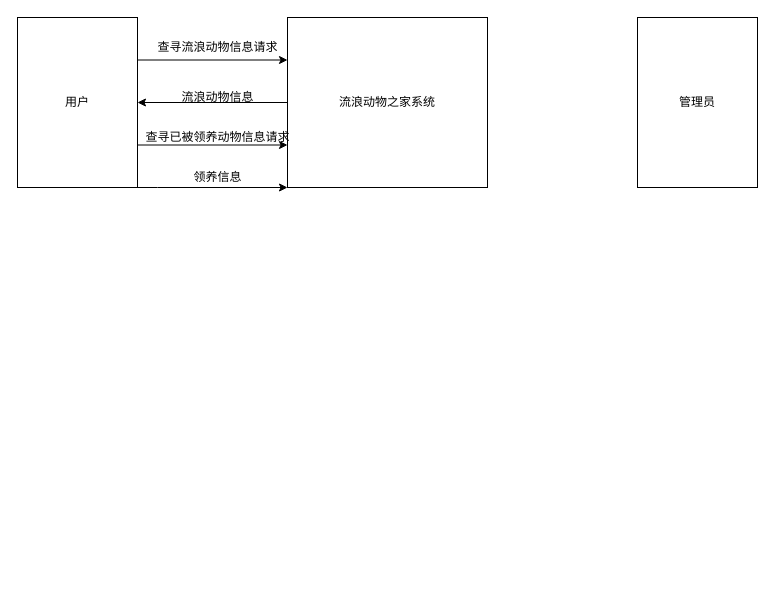
The draw.io diagram 流浪动物之家数据流程图.drawio in SmileYik/hello, before the edit. Source tidied: cells renumbered, new cells numbered last; positions are measured from the earlier drawing's top-left corner, leaving out a move shared by most shapes. Both pictures are drawn from the tidied source at 100%, with x=0, y=0 at pixel (17, 17).
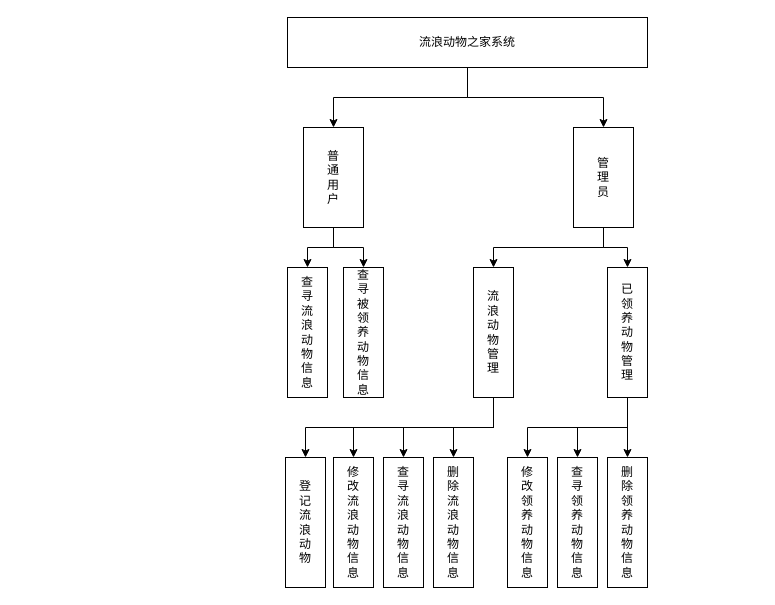
After the change.

Commit message:
更新流浪动物之家数据层次图.drawio

What changed in the source:
```diff
@@
-    <mxCell id="2" style="edgeStyle=orthogonalEdgeStyle;rounded=0;jettySize=auto;html=1;exitX=0;exitY=0.5;exitDx=0;exitDy=0;" parent="1" edge="1" source="3" target="8">
-      <mxGeometry relative="1" as="geometry" />
-    </mxCell>
+    <mxCell id="13" style="edgeStyle=orthogonalEdgeStyle;rounded=0;jettySize=auto;html=1;exitX=0.5;exitY=1;exitDx=0;exitDy=0;entryX=0.5;entryY=0;entryDx=0;entryDy=0;" parent="1" edge="1" source="3" target="17">
+      <mxGeometry relative="1" as="geometry" />
+    </mxCell>
+    <mxCell id="14" style="edgeStyle=orthogonalEdgeStyle;rounded=0;jettySize=auto;html=1;exitX=0.5;exitY=1;exitDx=0;exitDy=0;" parent="1" edge="1" source="3" target="20">
+      <mxGeometry relative="1" as="geometry" />
+    </mxCell>
     <mxCell id="3" value="流浪动物之家系统" style="rounded=0;whiteSpace=wrap;html=1;" parent="1" vertex="1">
-      <mxGeometry x="270" width="200" height="170" as="geometry" />
+      <mxGeometry x="270" width="360" height="50" as="geometry" />
     </mxCell>
-    <mxCell id="4" value="管理员" style="rounded=0;whiteSpace=wrap;html=1;" parent="1" vertex="1">
-      <mxGeometry x="620" width="120" height="170" as="geometry" />
-    </mxCell>
-    <mxCell id="5" style="edgeStyle=orthogonalEdgeStyle;rounded=0;jettySize=auto;html=1;exitX=1;exitY=0.25;exitDx=0;exitDy=0;entryX=0;entryY=0.25;entryDx=0;entryDy=0;" parent="1" edge="1" source="8" target="3">
-      <mxGeometry relative="1" as="geometry" />
-    </mxCell>
-    <mxCell id="6" style="edgeStyle=orthogonalEdgeStyle;rounded=0;jettySize=auto;html=1;exitX=1;exitY=0.75;exitDx=0;exitDy=0;entryX=0;entryY=0.75;entryDx=0;entryDy=0;" parent="1" edge="1" source="8" target="3">
-      <mxGeometry relative="1" as="geometry" />
-    </mxCell>
-    <mxCell id="7" style="edgeStyle=orthogonalEdgeStyle;rounded=0;jettySize=auto;html=1;exitX=1;exitY=1;exitDx=0;exitDy=0;entryX=0;entryY=1;entryDx=0;entryDy=0;" parent="1" edge="1" source="8" target="3">
-      <mxGeometry relative="1" as="geometry">
-        <Array as="points">
-          <mxPoint x="140" y="170" />
-          <mxPoint x="140" y="170" />
-        </Array>
-      </mxGeometry>
-    </mxCell>
-    <mxCell id="8" value="用户" style="rounded=0;whiteSpace=wrap;html=1;" parent="1" vertex="1">
-      <mxGeometry width="120" height="170" as="geometry" />
-    </mxCell>
-    <mxCell id="9" value="查寻流浪动物信息请求" style="text;html=1;align=center;verticalAlign=middle;strokeColor=none;fillColor=none;" parent="1" vertex="1">
-      <mxGeometry x="130" y="20" width="140" height="20" as="geometry" />
-    </mxCell>
-    <mxCell id="10" value="流浪动物信息" style="text;html=1;align=center;verticalAlign=middle;strokeColor=none;fillColor=none;" parent="1" vertex="1">
-      <mxGeometry x="155" y="70" width="90" height="20" as="geometry" />
-    </mxCell>
-    <mxCell id="11" value="查寻已被领养动物信息请求" style="text;html=1;align=center;verticalAlign=middle;strokeColor=none;fillColor=none;" parent="1" vertex="1">
-      <mxGeometry x="120" y="110" width="160" height="20" as="geometry" />
-    </mxCell>
-    <mxCell id="12" value="领养信息" style="text;html=1;align=center;verticalAlign=middle;strokeColor=none;fillColor=none;" parent="1" vertex="1">
-      <mxGeometry x="170" y="150" width="60" height="20" as="geometry" />
-    </mxCell>
+    <mxCell id="15" style="edgeStyle=orthogonalEdgeStyle;rounded=0;jettySize=auto;html=1;exitX=0.5;exitY=1;exitDx=0;exitDy=0;entryX=0.5;entryY=0;entryDx=0;entryDy=0;" parent="1" edge="1" source="17" target="21">
+      <mxGeometry relative="1" as="geometry" />
+    </mxCell>
+    <mxCell id="16" style="edgeStyle=orthogonalEdgeStyle;rounded=0;jettySize=auto;html=1;exitX=0.5;exitY=1;exitDx=0;exitDy=0;entryX=0.5;entryY=0;entryDx=0;entryDy=0;" parent="1" edge="1" source="17" target="22">
+      <mxGeometry relative="1" as="geometry" />
+    </mxCell>
+    <mxCell id="17" value="普&lt;br&gt;通&lt;br&gt;用&lt;br&gt;户" style="whiteSpace=wrap;html=1;" parent="1" vertex="1">
+      <mxGeometry x="286" y="110" width="60" height="100" as="geometry" />
+    </mxCell>
+    <mxCell id="18" style="edgeStyle=orthogonalEdgeStyle;rounded=0;jettySize=auto;html=1;exitX=0.5;exitY=1;exitDx=0;exitDy=0;" parent="1" edge="1" source="20" target="31">
+      <mxGeometry relative="1" as="geometry" />
+    </mxCell>
+    <mxCell id="19" style="edgeStyle=orthogonalEdgeStyle;rounded=0;jettySize=auto;html=1;exitX=0.5;exitY=1;exitDx=0;exitDy=0;entryX=0.5;entryY=0;entryDx=0;entryDy=0;" parent="1" edge="1" source="20" target="27">
+      <mxGeometry relative="1" as="geometry" />
+    </mxCell>
+    <mxCell id="20" value="管&lt;br&gt;理&lt;br&gt;员" style="whiteSpace=wrap;html=1;" parent="1" vertex="1">
+      <mxGeometry x="556" y="110" width="60" height="100" as="geometry" />
+    </mxCell>
+    <mxCell id="21" value="查&lt;br&gt;寻&lt;br&gt;流&lt;br&gt;浪&lt;br&gt;动&lt;br&gt;物&lt;br&gt;信&lt;br&gt;息" style="whiteSpace=wrap;html=1;" parent="1" vertex="1">
+      <mxGeometry x="270" y="250" width="40" height="130" as="geometry" />
+    </mxCell>
+    <mxCell id="22" value="查&lt;br&gt;寻&lt;br&gt;被&lt;br&gt;领&lt;br&gt;养&lt;br&gt;动&lt;br&gt;物&lt;br&gt;信&lt;br&gt;息" style="whiteSpace=wrap;html=1;" parent="1" vertex="1">
+      <mxGeometry x="326" y="250" width="40" height="130" as="geometry" />
+    </mxCell>
+    <mxCell id="23" style="edgeStyle=orthogonalEdgeStyle;rounded=0;jettySize=auto;html=1;exitX=0.5;exitY=1;exitDx=0;exitDy=0;entryX=0.5;entryY=0;entryDx=0;entryDy=0;" parent="1" edge="1" source="27" target="32">
+      <mxGeometry relative="1" as="geometry" />
+    </mxCell>
+    <mxCell id="24" style="edgeStyle=orthogonalEdgeStyle;rounded=0;jettySize=auto;html=1;exitX=0.5;exitY=1;exitDx=0;exitDy=0;entryX=0.5;entryY=0;entryDx=0;entryDy=0;" parent="1" edge="1" source="27" target="33">
+      <mxGeometry relative="1" as="geometry" />
+    </mxCell>
+    <mxCell id="25" style="edgeStyle=orthogonalEdgeStyle;rounded=0;jettySize=auto;html=1;exitX=0.5;exitY=1;exitDx=0;exitDy=0;entryX=0.5;entryY=0;entryDx=0;entryDy=0;" parent="1" edge="1" source="27" target="34">
+      <mxGeometry relative="1" as="geometry" />
+    </mxCell>
+    <mxCell id="26" style="edgeStyle=orthogonalEdgeStyle;rounded=0;jettySize=auto;html=1;exitX=0.5;exitY=1;exitDx=0;exitDy=0;entryX=0.5;entryY=0;entryDx=0;entryDy=0;" parent="1" edge="1" source="27" target="35">
+      <mxGeometry relative="1" as="geometry" />
+    </mxCell>
+    <mxCell id="27" value="流&lt;br&gt;浪&lt;br&gt;动&lt;br&gt;物&lt;br&gt;管&lt;br&gt;理" style="whiteSpace=wrap;html=1;" parent="1" vertex="1">
+      <mxGeometry x="456" y="250" width="40" height="130" as="geometry" />
+    </mxCell>
+    <mxCell id="28" style="edgeStyle=orthogonalEdgeStyle;rounded=0;jettySize=auto;html=1;exitX=0.5;exitY=1;exitDx=0;exitDy=0;entryX=0.5;entryY=0;entryDx=0;entryDy=0;" parent="1" edge="1" source="31" target="38">
+      <mxGeometry relative="1" as="geometry" />
+    </mxCell>
+    <mxCell id="29" style="edgeStyle=orthogonalEdgeStyle;rounded=0;jettySize=auto;html=1;exitX=0.5;exitY=1;exitDx=0;exitDy=0;entryX=0.5;entryY=0;entryDx=0;entryDy=0;" parent="1" edge="1" source="31" target="37">
+      <mxGeometry relative="1" as="geometry" />
+    </mxCell>
+    <mxCell id="30" style="edgeStyle=orthogonalEdgeStyle;rounded=0;jettySize=auto;html=1;exitX=0.5;exitY=1;exitDx=0;exitDy=0;" parent="1" edge="1" source="31" target="36">
+      <mxGeometry relative="1" as="geometry" />
+    </mxCell>
+    <mxCell id="31" value="已&lt;br&gt;领&lt;br&gt;养&lt;br&gt;动&lt;br&gt;物&lt;br&gt;管&lt;br&gt;理" style="whiteSpace=wrap;html=1;" parent="1" vertex="1">
+      <mxGeometry x="590" y="250" width="40" height="130" as="geometry" />
+    </mxCell>
+    <mxCell id="32" value="登&lt;br&gt;记&lt;br&gt;流&lt;br&gt;浪&lt;br&gt;动&lt;br&gt;物" style="whiteSpace=wrap;html=1;" parent="1" vertex="1">
+      <mxGeometry x="268" y="440" width="40" height="130" as="geometry" />
+    </mxCell>
+    <mxCell id="33" value="修&lt;br&gt;改&lt;br&gt;流&lt;br&gt;浪&lt;br&gt;动&lt;br&gt;物&lt;br&gt;信&lt;br&gt;息" style="whiteSpace=wrap;html=1;" parent="1" vertex="1">
+      <mxGeometry x="316" y="440" width="40" height="130" as="geometry" />
+    </mxCell>
+    <mxCell id="34" value="查&lt;br&gt;寻&lt;br&gt;流&lt;br&gt;浪&lt;br&gt;动&lt;br&gt;物&lt;br&gt;信&lt;br&gt;息" style="whiteSpace=wrap;html=1;" parent="1" vertex="1">
+      <mxGeometry x="366" y="440" width="40" height="130" as="geometry" />
+    </mxCell>
+    <mxCell id="35" value="删&lt;br&gt;除&lt;br&gt;流&lt;br&gt;浪&lt;br&gt;动&lt;br&gt;物&lt;br&gt;信&lt;br&gt;息" style="whiteSpace=wrap;html=1;" parent="1" vertex="1">
+      <mxGeometry x="416" y="440" width="40" height="130" as="geometry" />
+    </mxCell>
+    <mxCell id="36" value="修&lt;br&gt;改&lt;br&gt;领&lt;br&gt;养&lt;br&gt;动&lt;br&gt;物&lt;br&gt;信&lt;br&gt;息" style="whiteSpace=wrap;html=1;" parent="1" vertex="1">
+      <mxGeometry x="490" y="440" width="40" height="130" as="geometry" />
+    </mxCell>
+    <mxCell id="37" value="查&lt;br&gt;寻&lt;br&gt;领&lt;br&gt;养&lt;br&gt;动&lt;br&gt;物&lt;br&gt;信&lt;br&gt;息" style="whiteSpace=wrap;html=1;" parent="1" vertex="1">
+      <mxGeometry x="540" y="440" width="40" height="130" as="geometry" />
+    </mxCell>
+    <mxCell id="38" value="删&lt;br&gt;除&lt;br&gt;领&lt;br&gt;养&lt;br&gt;动&lt;br&gt;物&lt;br&gt;信&lt;br&gt;息" style="whiteSpace=wrap;html=1;" parent="1" vertex="1">
+      <mxGeometry x="590" y="440" width="40" height="130" as="geometry" />
+    </mxCell>
```
